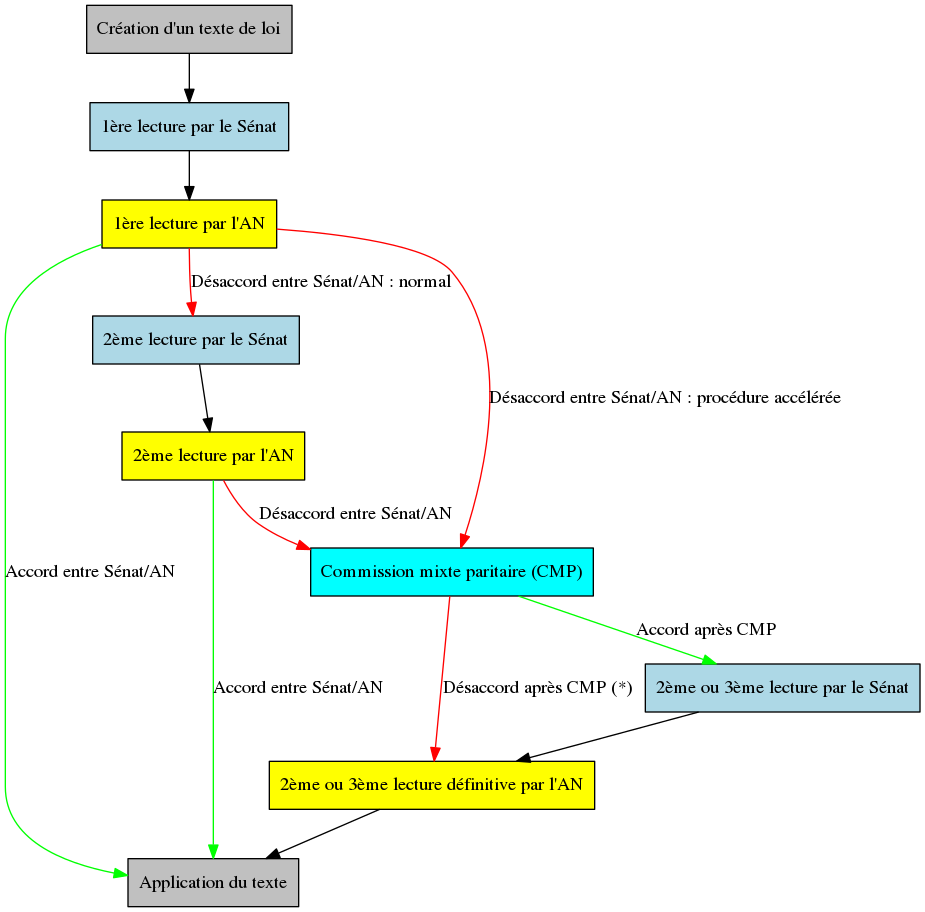
The Graphviz diagram reflechir/images/dossiers/legislatif/organigramme-legislatif.png in clreda/reflechir, before a commit. Its source is kept beside it as reflechir/images/dossiers/legislatif/organigramme-legislatif.dot.
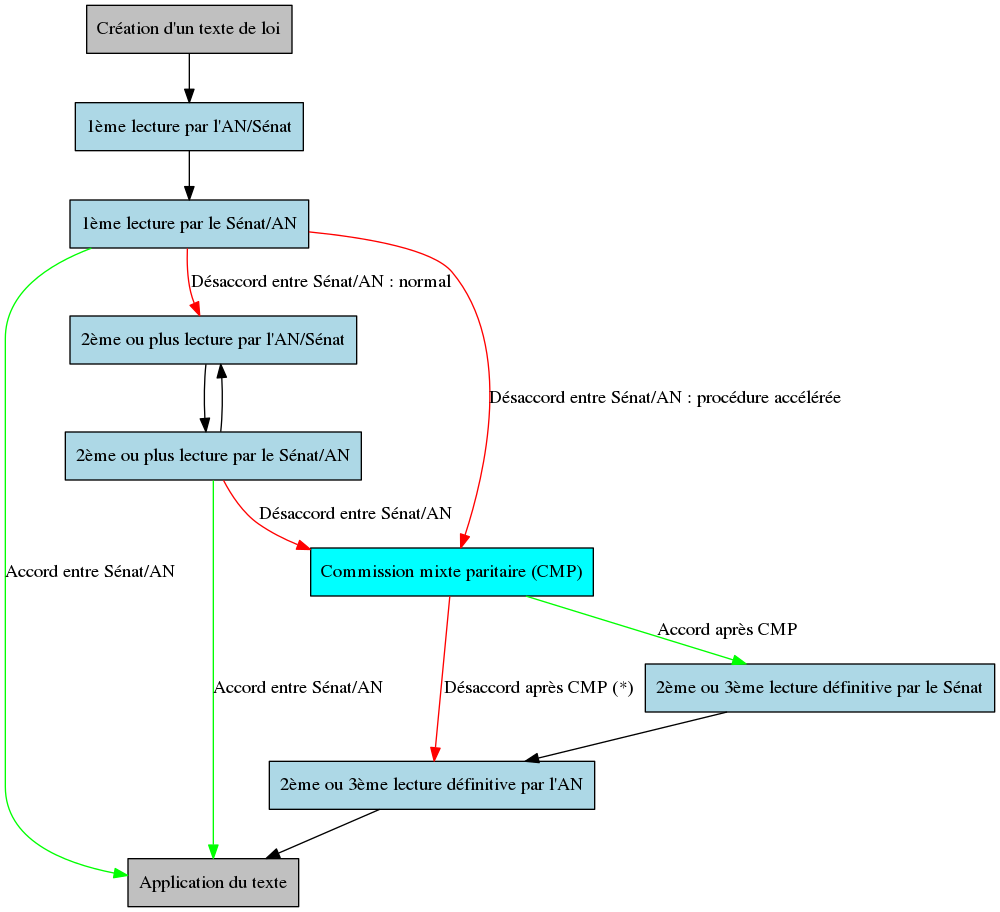
The same diagram one commit later.

The edit, as a diff of the source:
```diff
@@ -1,27 +1,27 @@
 digraph {
 node [style=filled shape=box fillcolor=grey]
-A [label="Création d'un texte de loi"];
-B [label="Application du texte"];
-node [style=filled shape=box fillcolor=yellow]
-C [label="1ère lecture par l'AN"];
-D [label="2ème lecture par l'AN"];
-E [label="2ème ou 3ème lecture définitive par l'AN"];
+creation [label="Création d'un texte de loi"];
+application [label="Application du texte"];
 node [style=filled shape=box fillcolor=lightblue]
-G [label="1ère lecture par le Sénat"];
-H [label="2ème lecture par le Sénat"];
-I [label="2ème ou 3ème lecture par le Sénat"];
+examen11 [label="1ème lecture par l'AN/Sénat"];
+examen12 [label="1ème lecture par le Sénat/AN"];
+examen21 [label="2ème ou plus lecture par l'AN/Sénat"];
+examen22 [label="2ème ou plus lecture par le Sénat/AN"];
+finalAN [label="2ème ou 3ème lecture définitive par l'AN"];
+finalSenat [label="2ème ou 3ème lecture définitive par le Sénat"];
 node [style=filled shape=box fillcolor=cyan]
-J [label="Commission mixte paritaire (CMP)"];
-A -> G;
-G -> C;
-C -> B[label="Accord entre Sénat/AN" color=green];
-C -> H[label="Désaccord entre Sénat/AN : normal" color=red];
-H -> D;
-D -> B[label="Accord entre Sénat/AN" color=green];
-D -> J[label="Désaccord entre Sénat/AN" color=red];
-J -> I[label="Accord après CMP" color=green];
-J -> E[label="Désaccord après CMP (*)" color=red];
-I -> E;
-E -> B;
-C -> J[label="Désaccord entre Sénat/AN : procédure accélérée" color=red];
+commission [label="Commission mixte paritaire (CMP)"];
+creation -> examen11;
+examen11 -> examen12;
+examen12 -> commission[label="Désaccord entre Sénat/AN : procédure accélérée" color=red];
+commission -> finalSenat[label="Accord après CMP" color=green];
+finalSenat -> finalAN;
+commission -> finalAN[label="Désaccord après CMP (*)" color=red];
+finalAN -> application;
+examen12 -> examen21[label="Désaccord entre Sénat/AN : normal" color=red];
+examen21 -> examen22;
+examen22 -> examen21;
+examen22 -> commission[label="Désaccord entre Sénat/AN" color=red];
+examen22 -> application[label="Accord entre Sénat/AN" color=green];
+examen12 -> application[label="Accord entre Sénat/AN" color=green];
 }
```
